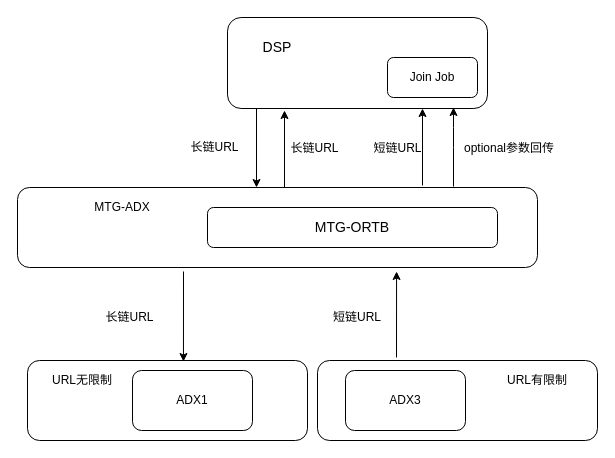
Above: Untitled Diagram.drawio in baifendian/bfd-ui (draw.io), before the change. Source tidied: cells renumbered, new cells numbered last; positions are measured from the earlier drawing's top-left corner, leaving out a move shared by most shapes. Both pictures are drawn from the tidied source at 100%, with x=0, y=0 at pixel (17, 17).
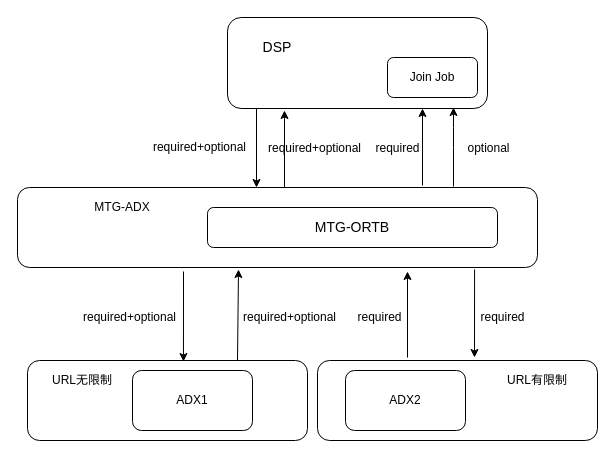
The same page after the edit.

Unchanged cells that the change refers to:
```xml
<mxCell id="3" style="rounded=1;whiteSpace=wrap;html=1;shadow=0;" parent="1" vertex="1">
  <mxGeometry x="10" y="343" width="280" height="80" as="geometry" />
</mxCell>
<mxCell id="6" style="rounded=1;whiteSpace=wrap;html=1;" parent="1" vertex="1">
  <mxGeometry y="170" width="520" height="80" as="geometry" />
</mxCell>
```

Change to the diagram source:
```diff
@@
-    <mxCell id="10" value="ADX3" style="rounded=1;whiteSpace=wrap;html=1;" parent="1" vertex="1">
+    <mxCell id="10" value="ADX2" style="rounded=1;whiteSpace=wrap;html=1;" parent="1" vertex="1">
       <mxGeometry x="328" y="353" width="120" height="60" as="geometry" />
     </mxCell>
-    <mxCell id="11" style="endArrow=classic;html=1;entryX=0.729;entryY=1.05;entryDx=0;entryDy=0;entryPerimeter=0;" parent="1" edge="1" target="6">
+    <mxCell id="11" style="endArrow=classic;html=1;entryX=0.729;entryY=1.05;entryDx=0;entryDy=0;entryPerimeter=0;" parent="1" edge="1">
       <mxGeometry relative="1" as="geometry">
-        <mxPoint x="379" y="340" as="sourcePoint" />
+        <mxPoint x="390" y="340" as="sourcePoint" />
+        <mxPoint x="390" y="254" as="targetPoint" />
       </mxGeometry>
     </mxCell>
@@
-    <mxCell id="14" value="长链URL" style="text;html=1;strokeColor=none;fillColor=none;align=center;verticalAlign=middle;whiteSpace=wrap;rounded=0;shadow=0;" parent="1" vertex="1">
+    <mxCell id="14" value="required+optional" style="text;html=1;strokeColor=none;fillColor=none;align=center;verticalAlign=middle;whiteSpace=wrap;rounded=0;shadow=0;" parent="1" vertex="1">
       <mxGeometry x="70" y="290" width="85" height="20" as="geometry" />
     </mxCell>
-    <mxCell id="15" value="短链URL" style="text;html=1;strokeColor=none;fillColor=none;align=center;verticalAlign=middle;whiteSpace=wrap;rounded=0;shadow=0;" parent="1" vertex="1">
-      <mxGeometry x="315" y="290" width="50" height="20" as="geometry" />
+    <mxCell id="15" value="required" style="text;html=1;strokeColor=none;fillColor=none;align=center;verticalAlign=middle;whiteSpace=wrap;rounded=0;shadow=0;" parent="1" vertex="1">
+      <mxGeometry x="335" y="290" width="55" height="20" as="geometry" />
     </mxCell>
-    <mxCell id="16" value="长链URL" style="text;html=1;strokeColor=none;fillColor=none;align=center;verticalAlign=middle;whiteSpace=wrap;rounded=0;shadow=0;" parent="1" vertex="1">
-      <mxGeometry x="160" y="120" width="75" height="20" as="geometry" />
+    <mxCell id="16" value="required+optional" style="text;html=1;strokeColor=none;fillColor=none;align=center;verticalAlign=middle;whiteSpace=wrap;rounded=0;shadow=0;" parent="1" vertex="1">
+      <mxGeometry x="130" y="120" width="105" height="20" as="geometry" />
     </mxCell>
-    <mxCell id="17" value="短链URL" style="text;html=1;strokeColor=none;fillColor=none;align=center;verticalAlign=middle;whiteSpace=wrap;rounded=0;shadow=0;" parent="1" vertex="1">
+    <mxCell id="17" value="required&lt;br&gt;" style="text;html=1;strokeColor=none;fillColor=none;align=center;verticalAlign=middle;whiteSpace=wrap;rounded=0;shadow=0;" parent="1" vertex="1">
       <mxGeometry x="353" y="120.5" width="55" height="20" as="geometry" />
     </mxCell>
@@
-    <mxCell id="19" value="optional参数回传" style="text;html=1;strokeColor=none;fillColor=none;align=center;verticalAlign=middle;whiteSpace=wrap;rounded=0;shadow=0;" parent="1" vertex="1">
-      <mxGeometry x="443" y="121" width="98" height="20" as="geometry" />
+    <mxCell id="19" value="optional" style="text;html=1;strokeColor=none;fillColor=none;align=center;verticalAlign=middle;whiteSpace=wrap;rounded=0;shadow=0;" parent="1" vertex="1">
+      <mxGeometry x="443" y="121" width="57" height="20" as="geometry" />
     </mxCell>
@@
-    <mxCell id="21" value="长链URL" style="text;html=1;strokeColor=none;fillColor=none;align=center;verticalAlign=middle;whiteSpace=wrap;rounded=0;shadow=0;" parent="1" vertex="1">
+    <mxCell id="21" value="required+optional" style="text;html=1;strokeColor=none;fillColor=none;align=center;verticalAlign=middle;whiteSpace=wrap;rounded=0;shadow=0;" parent="1" vertex="1">
       <mxGeometry x="270" y="120.5" width="55" height="20" as="geometry" />
     </mxCell>
@@
+    <mxCell id="26" style="endArrow=classic;html=1;exitX=0.75;exitY=0;exitDx=0;exitDy=0;entryX=0.425;entryY=1.025;entryDx=0;entryDy=0;entryPerimeter=0;" parent="1" edge="1" source="3" target="6">
+      <mxGeometry relative="1" as="geometry" />
+    </mxCell>
+    <mxCell id="27" value="required+optional" style="text;html=1;strokeColor=none;fillColor=none;align=center;verticalAlign=middle;whiteSpace=wrap;rounded=0;shadow=0;" parent="1" vertex="1">
+      <mxGeometry x="230" y="290" width="85" height="20" as="geometry" />
+    </mxCell>
+    <mxCell id="28" style="endArrow=classic;html=1;exitX=0.879;exitY=1.025;exitDx=0;exitDy=0;exitPerimeter=0;" parent="1" edge="1" source="6">
+      <mxGeometry relative="1" as="geometry">
+        <mxPoint x="457" y="340" as="targetPoint" />
+      </mxGeometry>
+    </mxCell>
+    <mxCell id="29" value="required" style="text;html=1;strokeColor=none;fillColor=none;align=center;verticalAlign=middle;whiteSpace=wrap;rounded=0;shadow=0;" parent="1" vertex="1">
+      <mxGeometry x="457.5" y="290" width="55" height="20" as="geometry" />
+    </mxCell>
```
